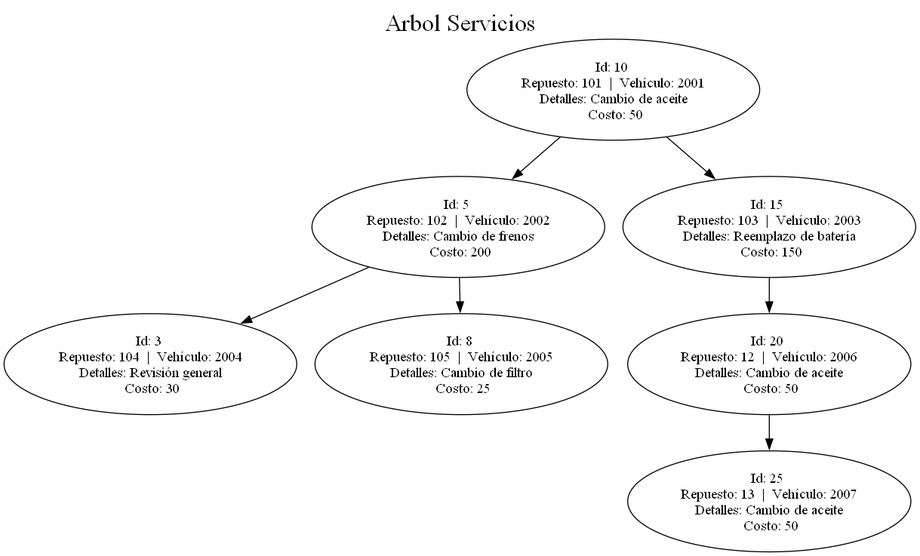
Saloj17/-EDD-1S2025_201900081 keeps this Graphviz diagram as Fase2/Reportes/servicios.png. Above is the earlier version. Its source is kept beside it as Fase2/Reportes/servicios.dot.
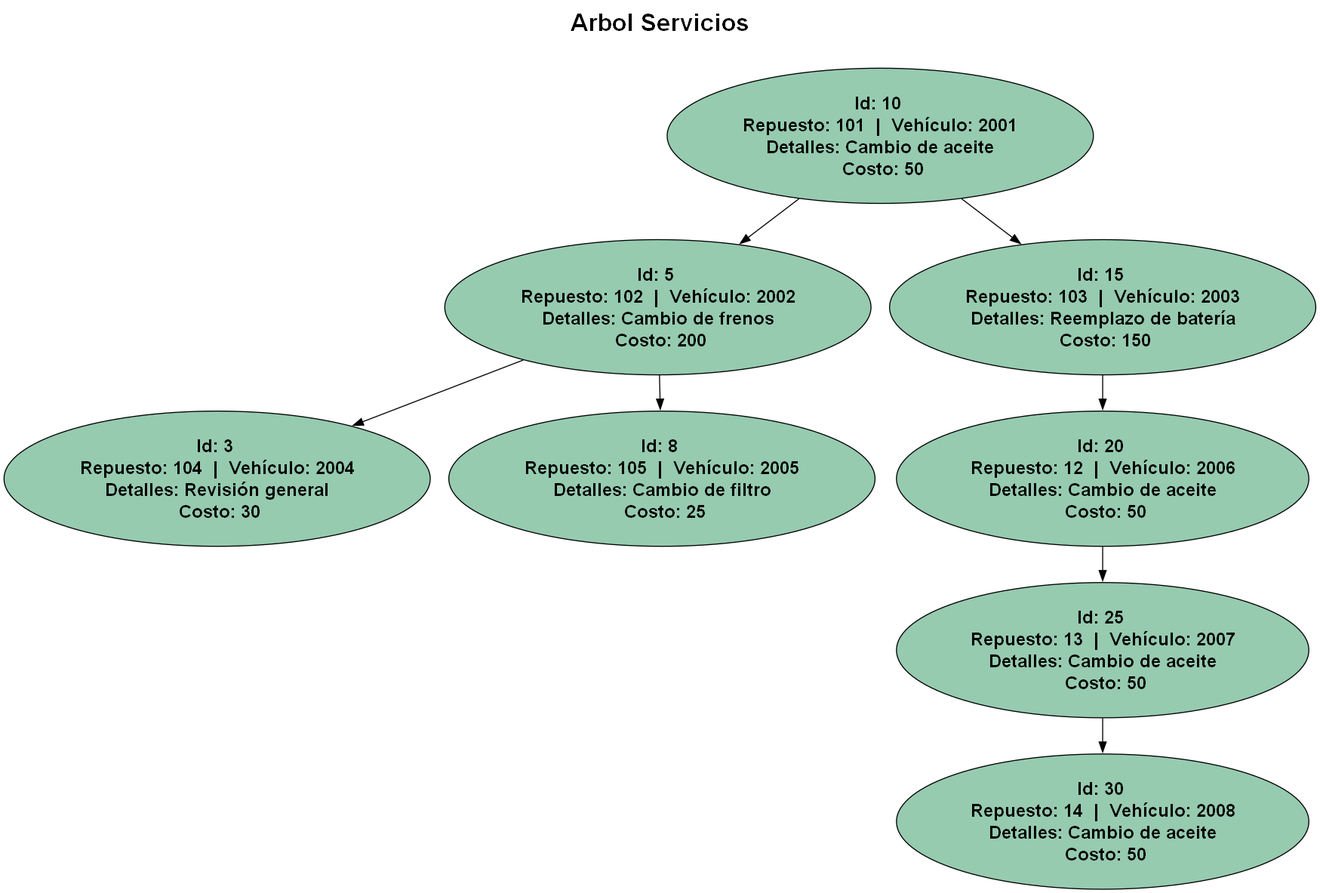
The same file after the commit.

Change to the diagram source:
```diff
@@ -1,19 +1,24 @@
 digraph G {
-label = "Arbol Servicios";
+label = "Arbol Servicios
+
+";
 
 labelloc = "t";
 fontsize = 24;
- 10 [label="Id: 10 \n Repuesto: 101  |  Vehículo: 2001 \n Detalles: Cambio de aceite \n Costo: 50"];
+fontname = "Helvetica-Bold";
+ 10 [label="Id: 10 \n Repuesto: 101  |  Vehículo: 2001 \n Detalles: Cambio de aceite \n Costo: 50" style="filled" fillcolor="#96cbb0" fontname="Helvetica-Bold" fontsize = 18 ];
   10 -> 5;
- 5 [label="Id: 5 \n Repuesto: 102  |  Vehículo: 2002 \n Detalles: Cambio de frenos \n Costo: 200"];
+ 5 [label="Id: 5 \n Repuesto: 102  |  Vehículo: 2002 \n Detalles: Cambio de frenos \n Costo: 200" style="filled" fillcolor="#96cbb0" fontname="Helvetica-Bold" fontsize = 18 ];
   5 -> 3;
- 3 [label="Id: 3 \n Repuesto: 104  |  Vehículo: 2004 \n Detalles: Revisión general \n Costo: 30"];
+ 3 [label="Id: 3 \n Repuesto: 104  |  Vehículo: 2004 \n Detalles: Revisión general \n Costo: 30" style="filled" fillcolor="#96cbb0" fontname="Helvetica-Bold" fontsize = 18 ];
   5 -> 8;
- 8 [label="Id: 8 \n Repuesto: 105  |  Vehículo: 2005 \n Detalles: Cambio de filtro \n Costo: 25"];
+ 8 [label="Id: 8 \n Repuesto: 105  |  Vehículo: 2005 \n Detalles: Cambio de filtro \n Costo: 25" style="filled" fillcolor="#96cbb0" fontname="Helvetica-Bold" fontsize = 18 ];
   10 -> 15;
- 15 [label="Id: 15 \n Repuesto: 103  |  Vehículo: 2003 \n Detalles: Reemplazo de batería \n Costo: 150"];
+ 15 [label="Id: 15 \n Repuesto: 103  |  Vehículo: 2003 \n Detalles: Reemplazo de batería \n Costo: 150" style="filled" fillcolor="#96cbb0" fontname="Helvetica-Bold" fontsize = 18 ];
   15 -> 20;
- 20 [label="Id: 20 \n Repuesto: 12  |  Vehículo: 2006 \n Detalles: Cambio de aceite \n Costo: 50"];
+ 20 [label="Id: 20 \n Repuesto: 12  |  Vehículo: 2006 \n Detalles: Cambio de aceite \n Costo: 50" style="filled" fillcolor="#96cbb0" fontname="Helvetica-Bold" fontsize = 18 ];
   20 -> 25;
- 25 [label="Id: 25 \n Repuesto: 13  |  Vehículo: 2007 \n Detalles: Cambio de aceite \n Costo: 50"];
+ 25 [label="Id: 25 \n Repuesto: 13  |  Vehículo: 2007 \n Detalles: Cambio de aceite \n Costo: 50" style="filled" fillcolor="#96cbb0" fontname="Helvetica-Bold" fontsize = 18 ];
+  25 -> 30;
+ 30 [label="Id: 30 \n Repuesto: 14  |  Vehículo: 2008 \n Detalles: Cambio de aceite \n Costo: 50" style="filled" fillcolor="#96cbb0" fontname="Helvetica-Bold" fontsize = 18 ];
 }
```
